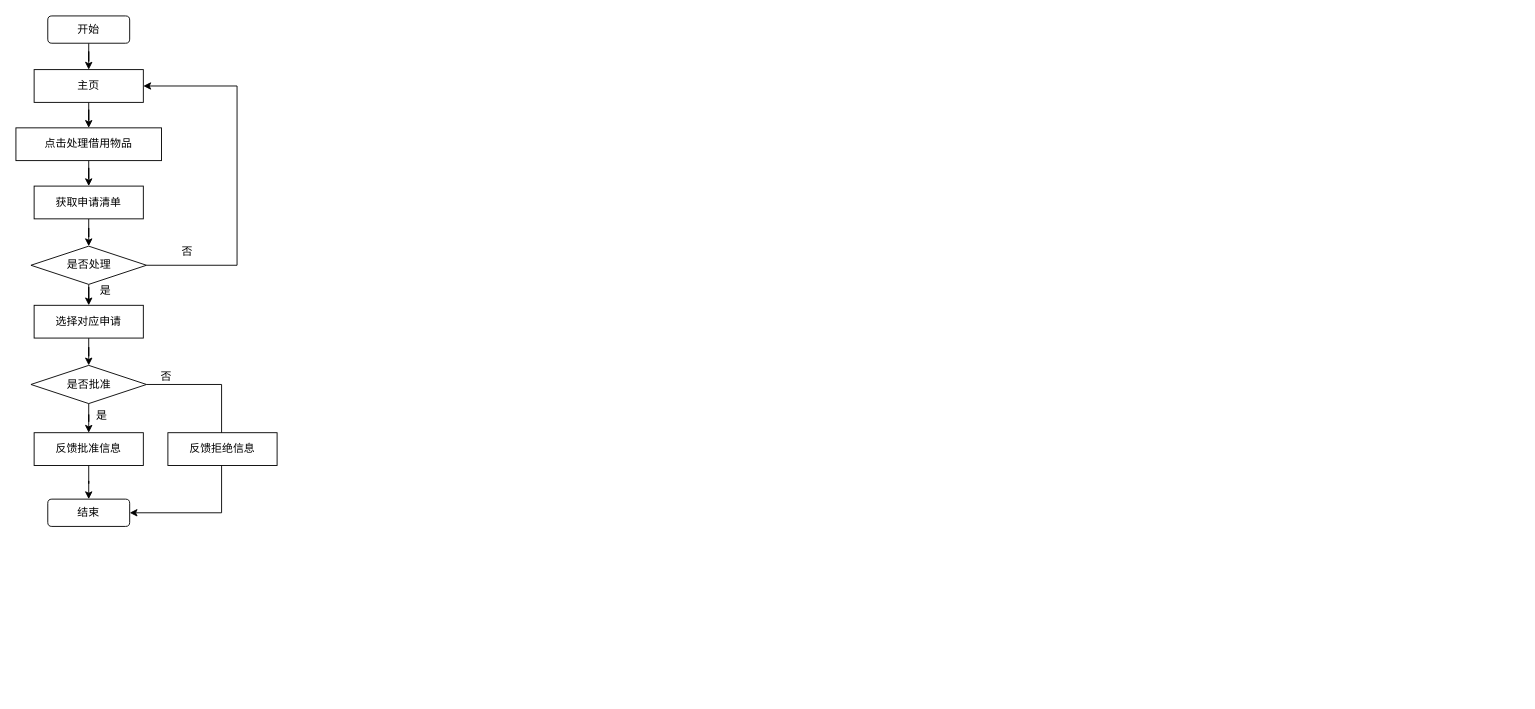
ZYNsama666/Software_engineering keeps this draw.io diagram as pic/管理员运行控制.drawio. Above is the earlier version. Source tidied: cells renumbered, new cells numbered last; positions are measured from the earlier drawing's top-left corner, leaving out a move shared by most shapes. Both pictures are drawn from the tidied source at 91%, with x=0, y=0 at pixel (15, 15).
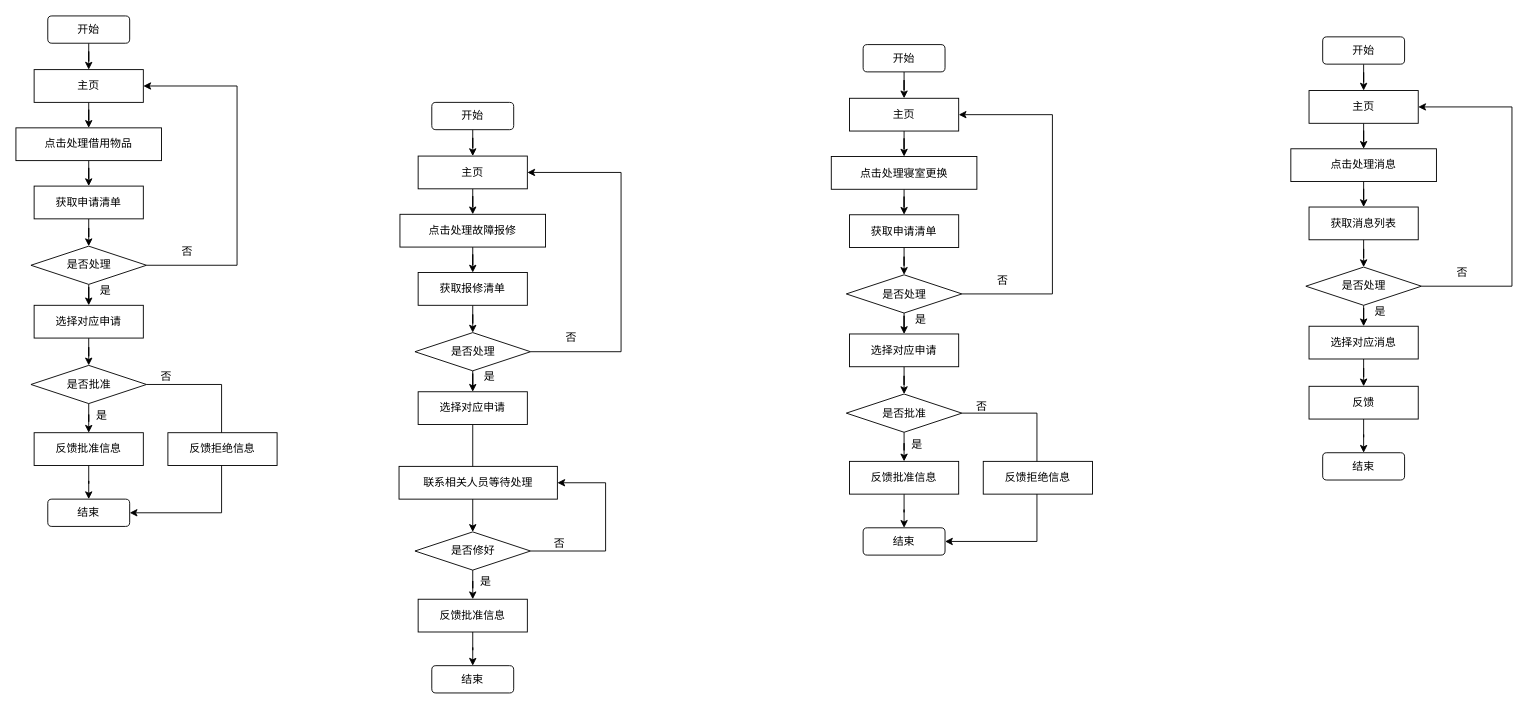
The same page after the edit.

Commit message (it also covers changes not shown here):
更新管理员运行控制.drawio

Change to the diagram source:
```diff
@@
+    <mxCell id="26" style="edgeStyle=orthogonalEdgeStyle;rounded=0;jettySize=auto;html=1;entryX=0.5;entryY=0;entryDx=0;entryDy=0;" parent="1" edge="1" source="27" target="29">
+      <mxGeometry relative="1" as="geometry" />
+    </mxCell>
+    <mxCell id="27" value="开始" style="rounded=1;whiteSpace=wrap;html=1;" parent="1" vertex="1">
+      <mxGeometry x="457" y="95" width="90" height="30" as="geometry" />
+    </mxCell>
+    <mxCell id="28" style="edgeStyle=orthogonalEdgeStyle;rounded=0;jettySize=auto;html=1;" parent="1" edge="1" source="29" target="31">
+      <mxGeometry relative="1" as="geometry" />
+    </mxCell>
+    <mxCell id="29" value="主页" style="rounded=0;whiteSpace=wrap;html=1;" parent="1" vertex="1">
+      <mxGeometry x="442" y="154" width="120" height="36" as="geometry" />
+    </mxCell>
+    <mxCell id="30" style="edgeStyle=orthogonalEdgeStyle;rounded=0;jettySize=auto;html=1;" parent="1" edge="1" source="31" target="33">
+      <mxGeometry relative="1" as="geometry" />
+    </mxCell>
+    <mxCell id="31" value="点击处理故障报修" style="rounded=0;whiteSpace=wrap;html=1;" parent="1" vertex="1">
+      <mxGeometry x="422" y="218" width="160" height="36" as="geometry" />
+    </mxCell>
+    <mxCell id="32" style="edgeStyle=orthogonalEdgeStyle;rounded=0;jettySize=auto;html=1;" parent="1" edge="1" source="33" target="36">
+      <mxGeometry relative="1" as="geometry" />
+    </mxCell>
+    <mxCell id="33" value="获取报修清单" style="rounded=0;whiteSpace=wrap;html=1;" parent="1" vertex="1">
+      <mxGeometry x="442" y="282" width="120" height="36" as="geometry" />
+    </mxCell>
+    <mxCell id="34" style="edgeStyle=orthogonalEdgeStyle;rounded=0;jettySize=auto;html=1;entryX=1;entryY=0.5;entryDx=0;entryDy=0;" parent="1" edge="1" source="36" target="29">
+      <mxGeometry relative="1" as="geometry">
+        <Array as="points">
+          <mxPoint x="665" y="369" />
+          <mxPoint x="665" y="172" />
+        </Array>
+      </mxGeometry>
+    </mxCell>
+    <mxCell id="35" style="edgeStyle=orthogonalEdgeStyle;rounded=0;jettySize=auto;html=1;" parent="1" edge="1" source="36" target="38">
+      <mxGeometry relative="1" as="geometry" />
+    </mxCell>
+    <mxCell id="36" value="是否处理" style="rhombus;whiteSpace=wrap;html=1;rounded=0;" parent="1" vertex="1">
+      <mxGeometry x="438.5" y="348" width="127" height="42" as="geometry" />
+    </mxCell>
+    <mxCell id="37" style="edgeStyle=orthogonalEdgeStyle;rounded=0;jettySize=auto;html=1;" parent="1" edge="1" source="38" target="44">
+      <mxGeometry relative="1" as="geometry" />
+    </mxCell>
+    <mxCell id="38" value="选择对应申请" style="rounded=0;whiteSpace=wrap;html=1;" parent="1" vertex="1">
+      <mxGeometry x="442" y="413" width="120" height="36" as="geometry" />
+    </mxCell>
+    <mxCell id="39" value="是" style="text;html=1;align=center;verticalAlign=middle;strokeColor=none;fillColor=none;" parent="1" vertex="1">
+      <mxGeometry x="505" y="384" width="30" height="26" as="geometry" />
+    </mxCell>
+    <mxCell id="40" value="否" style="text;html=1;align=center;verticalAlign=middle;strokeColor=none;fillColor=none;" parent="1" vertex="1">
+      <mxGeometry x="595" y="341" width="30" height="26" as="geometry" />
+    </mxCell>
+    <mxCell id="41" value="结束" style="rounded=1;whiteSpace=wrap;html=1;" parent="1" vertex="1">
+      <mxGeometry x="457" y="714" width="90" height="30" as="geometry" />
+    </mxCell>
+    <mxCell id="42" style="edgeStyle=orthogonalEdgeStyle;rounded=0;jettySize=auto;html=1;" parent="1" edge="1" source="44" target="46">
+      <mxGeometry relative="1" as="geometry" />
+    </mxCell>
+    <mxCell id="43" style="edgeStyle=orthogonalEdgeStyle;rounded=0;jettySize=auto;html=1;entryX=1;entryY=0.5;entryDx=0;entryDy=0;" parent="1" edge="1" source="44" target="67">
+      <mxGeometry relative="1" as="geometry">
+        <Array as="points">
+          <mxPoint x="648" y="588" />
+          <mxPoint x="648" y="513" />
+        </Array>
+      </mxGeometry>
+    </mxCell>
+    <mxCell id="44" value="是否修好" style="rhombus;whiteSpace=wrap;html=1;rounded=0;" parent="1" vertex="1">
+      <mxGeometry x="438.5" y="567" width="127" height="42" as="geometry" />
+    </mxCell>
+    <mxCell id="45" style="edgeStyle=orthogonalEdgeStyle;rounded=0;jettySize=auto;html=1;" parent="1" edge="1" source="46" target="41">
+      <mxGeometry relative="1" as="geometry" />
+    </mxCell>
+    <mxCell id="46" value="反馈批准信息" style="rounded=0;whiteSpace=wrap;html=1;" parent="1" vertex="1">
+      <mxGeometry x="442" y="641" width="120" height="36" as="geometry" />
+    </mxCell>
+    <mxCell id="47" value="是" style="text;html=1;align=center;verticalAlign=middle;strokeColor=none;fillColor=none;" parent="1" vertex="1">
+      <mxGeometry x="501" y="609" width="30" height="26" as="geometry" />
+    </mxCell>
+    <mxCell id="48" value="否" style="text;html=1;align=center;verticalAlign=middle;strokeColor=none;fillColor=none;" parent="1" vertex="1">
+      <mxGeometry x="582" y="567" width="30" height="26" as="geometry" />
+    </mxCell>
+    <mxCell id="49" style="edgeStyle=orthogonalEdgeStyle;rounded=0;jettySize=auto;html=1;entryX=0.5;entryY=0;entryDx=0;entryDy=0;" parent="1" edge="1" source="50" target="52">
+      <mxGeometry relative="1" as="geometry" />
+    </mxCell>
+    <mxCell id="50" value="开始" style="rounded=1;whiteSpace=wrap;html=1;" parent="1" vertex="1">
+      <mxGeometry x="1436" y="23" width="90" height="30" as="geometry" />
+    </mxCell>
+    <mxCell id="51" style="edgeStyle=orthogonalEdgeStyle;rounded=0;jettySize=auto;html=1;" parent="1" edge="1" source="52" target="54">
+      <mxGeometry relative="1" as="geometry" />
+    </mxCell>
+    <mxCell id="52" value="主页" style="rounded=0;whiteSpace=wrap;html=1;" parent="1" vertex="1">
+      <mxGeometry x="1421" y="82" width="120" height="36" as="geometry" />
+    </mxCell>
+    <mxCell id="53" style="edgeStyle=orthogonalEdgeStyle;rounded=0;jettySize=auto;html=1;" parent="1" edge="1" source="54" target="56">
+      <mxGeometry relative="1" as="geometry" />
+    </mxCell>
+    <mxCell id="54" value="点击处理消息" style="rounded=0;whiteSpace=wrap;html=1;" parent="1" vertex="1">
+      <mxGeometry x="1401" y="146" width="160" height="36" as="geometry" />
+    </mxCell>
+    <mxCell id="55" style="edgeStyle=orthogonalEdgeStyle;rounded=0;jettySize=auto;html=1;" parent="1" edge="1" source="56" target="59">
+      <mxGeometry relative="1" as="geometry" />
+    </mxCell>
+    <mxCell id="56" value="获取消息列表" style="rounded=0;whiteSpace=wrap;html=1;" parent="1" vertex="1">
+      <mxGeometry x="1421" y="210" width="120" height="36" as="geometry" />
+    </mxCell>
+    <mxCell id="57" style="edgeStyle=orthogonalEdgeStyle;rounded=0;jettySize=auto;html=1;entryX=1;entryY=0.5;entryDx=0;entryDy=0;" parent="1" edge="1" source="59" target="52">
+      <mxGeometry relative="1" as="geometry">
+        <Array as="points">
+          <mxPoint x="1644" y="297" />
+          <mxPoint x="1644" y="100" />
+        </Array>
+      </mxGeometry>
+    </mxCell>
+    <mxCell id="58" style="edgeStyle=orthogonalEdgeStyle;rounded=0;jettySize=auto;html=1;" parent="1" edge="1" source="59" target="61">
+      <mxGeometry relative="1" as="geometry" />
+    </mxCell>
+    <mxCell id="59" value="是否处理" style="rhombus;whiteSpace=wrap;html=1;rounded=0;" parent="1" vertex="1">
+      <mxGeometry x="1417.5" y="276" width="127" height="42" as="geometry" />
+    </mxCell>
+    <mxCell id="60" style="edgeStyle=orthogonalEdgeStyle;rounded=0;jettySize=auto;html=1;" parent="1" edge="1" source="61" target="66">
+      <mxGeometry relative="1" as="geometry" />
+    </mxCell>
+    <mxCell id="61" value="选择对应消息" style="rounded=0;whiteSpace=wrap;html=1;" parent="1" vertex="1">
+      <mxGeometry x="1421" y="341" width="120" height="36" as="geometry" />
+    </mxCell>
+    <mxCell id="62" value="是" style="text;html=1;align=center;verticalAlign=middle;strokeColor=none;fillColor=none;" parent="1" vertex="1">
+      <mxGeometry x="1484" y="312" width="30" height="26" as="geometry" />
+    </mxCell>
+    <mxCell id="63" value="否" style="text;html=1;align=center;verticalAlign=middle;strokeColor=none;fillColor=none;" parent="1" vertex="1">
+      <mxGeometry x="1574" y="269" width="30" height="26" as="geometry" />
+    </mxCell>
+    <mxCell id="64" value="结束" style="rounded=1;whiteSpace=wrap;html=1;" parent="1" vertex="1">
+      <mxGeometry x="1436" y="480" width="90" height="30" as="geometry" />
+    </mxCell>
+    <mxCell id="65" style="edgeStyle=orthogonalEdgeStyle;rounded=0;jettySize=auto;html=1;" parent="1" edge="1" source="66" target="64">
+      <mxGeometry relative="1" as="geometry" />
+    </mxCell>
+    <mxCell id="66" value="反馈" style="rounded=0;whiteSpace=wrap;html=1;" parent="1" vertex="1">
+      <mxGeometry x="1421" y="407" width="120" height="36" as="geometry" />
+    </mxCell>
+    <mxCell id="67" value="联系相关人员等待处理" style="rounded=0;whiteSpace=wrap;html=1;" parent="1" vertex="1">
+      <mxGeometry x="421" y="495" width="174" height="36" as="geometry" />
+    </mxCell>
+    <mxCell id="68" style="edgeStyle=orthogonalEdgeStyle;rounded=0;jettySize=auto;html=1;entryX=0.5;entryY=0;entryDx=0;entryDy=0;" parent="1" edge="1" source="69" target="71">
+      <mxGeometry relative="1" as="geometry" />
+    </mxCell>
+    <mxCell id="69" value="开始" style="rounded=1;whiteSpace=wrap;html=1;" parent="1" vertex="1">
+      <mxGeometry x="931" y="31.5" width="90" height="30" as="geometry" />
+    </mxCell>
+    <mxCell id="70" style="edgeStyle=orthogonalEdgeStyle;rounded=0;jettySize=auto;html=1;" parent="1" edge="1" source="71" target="73">
+      <mxGeometry relative="1" as="geometry" />
+    </mxCell>
+    <mxCell id="71" value="主页" style="rounded=0;whiteSpace=wrap;html=1;" parent="1" vertex="1">
+      <mxGeometry x="916" y="90.5" width="120" height="36" as="geometry" />
+    </mxCell>
+    <mxCell id="72" style="edgeStyle=orthogonalEdgeStyle;rounded=0;jettySize=auto;html=1;" parent="1" edge="1" source="73" target="75">
+      <mxGeometry relative="1" as="geometry" />
+    </mxCell>
+    <mxCell id="73" value="点击处理寝室更换" style="rounded=0;whiteSpace=wrap;html=1;" parent="1" vertex="1">
+      <mxGeometry x="896" y="154.5" width="160" height="36" as="geometry" />
+    </mxCell>
+    <mxCell id="74" style="edgeStyle=orthogonalEdgeStyle;rounded=0;jettySize=auto;html=1;" parent="1" edge="1" source="75" target="78">
+      <mxGeometry relative="1" as="geometry" />
+    </mxCell>
+    <mxCell id="75" value="获取申请清单" style="rounded=0;whiteSpace=wrap;html=1;" parent="1" vertex="1">
+      <mxGeometry x="916" y="218.5" width="120" height="36" as="geometry" />
+    </mxCell>
+    <mxCell id="76" style="edgeStyle=orthogonalEdgeStyle;rounded=0;jettySize=auto;html=1;entryX=1;entryY=0.5;entryDx=0;entryDy=0;" parent="1" edge="1" source="78" target="71">
+      <mxGeometry relative="1" as="geometry">
+        <Array as="points">
+          <mxPoint x="1139" y="305.5" />
+          <mxPoint x="1139" y="108.5" />
+        </Array>
+      </mxGeometry>
+    </mxCell>
+    <mxCell id="77" style="edgeStyle=orthogonalEdgeStyle;rounded=0;jettySize=auto;html=1;" parent="1" edge="1" source="78" target="80">
+      <mxGeometry relative="1" as="geometry" />
+    </mxCell>
+    <mxCell id="78" value="是否处理" style="rhombus;whiteSpace=wrap;html=1;rounded=0;" parent="1" vertex="1">
+      <mxGeometry x="912.5" y="284.5" width="127" height="42" as="geometry" />
+    </mxCell>
+    <mxCell id="79" style="edgeStyle=orthogonalEdgeStyle;rounded=0;jettySize=auto;html=1;" parent="1" edge="1" source="80" target="86">
+      <mxGeometry relative="1" as="geometry" />
+    </mxCell>
+    <mxCell id="80" value="选择对应申请" style="rounded=0;whiteSpace=wrap;html=1;" parent="1" vertex="1">
+      <mxGeometry x="916" y="349.5" width="120" height="36" as="geometry" />
+    </mxCell>
+    <mxCell id="81" value="是" style="text;html=1;align=center;verticalAlign=middle;strokeColor=none;fillColor=none;" parent="1" vertex="1">
+      <mxGeometry x="979" y="320.5" width="30" height="26" as="geometry" />
+    </mxCell>
+    <mxCell id="82" value="否" style="text;html=1;align=center;verticalAlign=middle;strokeColor=none;fillColor=none;" parent="1" vertex="1">
+      <mxGeometry x="1069" y="277.5" width="30" height="26" as="geometry" />
+    </mxCell>
+    <mxCell id="83" value="结束" style="rounded=1;whiteSpace=wrap;html=1;" parent="1" vertex="1">
+      <mxGeometry x="931" y="562.5" width="90" height="30" as="geometry" />
+    </mxCell>
+    <mxCell id="84" style="edgeStyle=orthogonalEdgeStyle;rounded=0;jettySize=auto;html=1;" parent="1" edge="1" source="86" target="88">
+      <mxGeometry relative="1" as="geometry" />
+    </mxCell>
+    <mxCell id="85" style="edgeStyle=orthogonalEdgeStyle;rounded=0;jettySize=auto;html=1;entryX=1;entryY=0.5;entryDx=0;entryDy=0;" parent="1" edge="1" source="86" target="83">
+      <mxGeometry relative="1" as="geometry">
+        <Array as="points">
+          <mxPoint x="1122" y="436.5" />
+          <mxPoint x="1122" y="577.5" />
+        </Array>
+      </mxGeometry>
+    </mxCell>
+    <mxCell id="86" value="是否批准" style="rhombus;whiteSpace=wrap;html=1;rounded=0;" parent="1" vertex="1">
+      <mxGeometry x="912.5" y="415.5" width="127" height="42" as="geometry" />
+    </mxCell>
+    <mxCell id="87" style="edgeStyle=orthogonalEdgeStyle;rounded=0;jettySize=auto;html=1;" parent="1" edge="1" source="88" target="83">
+      <mxGeometry relative="1" as="geometry" />
+    </mxCell>
+    <mxCell id="88" value="反馈批准信息" style="rounded=0;whiteSpace=wrap;html=1;" parent="1" vertex="1">
+      <mxGeometry x="916" y="489.5" width="120" height="36" as="geometry" />
+    </mxCell>
+    <mxCell id="89" value="是" style="text;html=1;align=center;verticalAlign=middle;strokeColor=none;fillColor=none;" parent="1" vertex="1">
+      <mxGeometry x="975" y="457.5" width="30" height="26" as="geometry" />
+    </mxCell>
+    <mxCell id="90" value="否" style="text;html=1;align=center;verticalAlign=middle;strokeColor=none;fillColor=none;" parent="1" vertex="1">
+      <mxGeometry x="1046" y="415.5" width="30" height="26" as="geometry" />
+    </mxCell>
+    <mxCell id="91" value="反馈拒绝信息" style="rounded=0;whiteSpace=wrap;html=1;" parent="1" vertex="1">
+      <mxGeometry x="1063" y="489.5" width="120" height="36" as="geometry" />
+    </mxCell>
```
